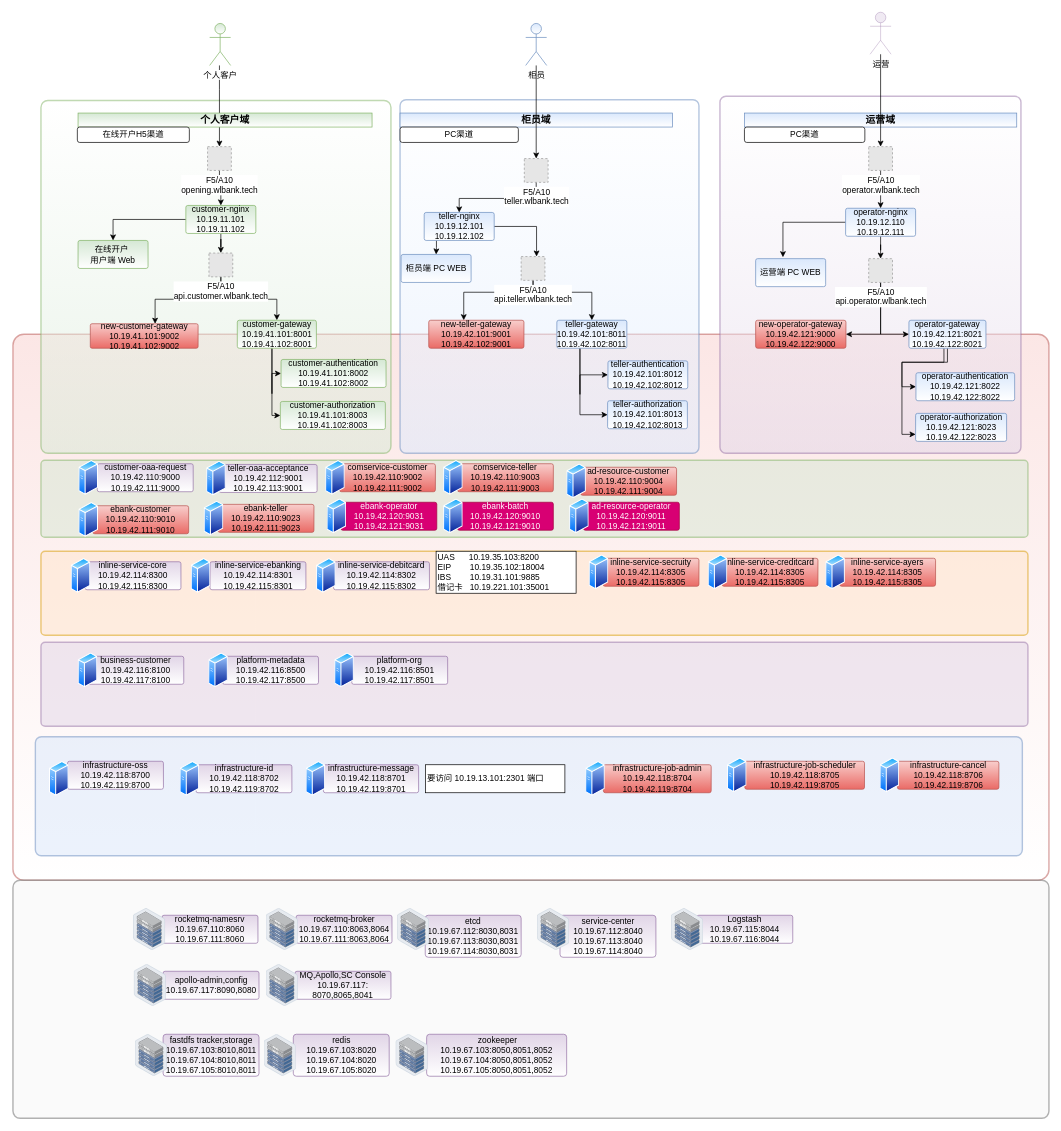
sam1982/draw keeps this draw.io diagram as 在线开户布署.drawio. Above is the earlier version. Source tidied: cells renumbered, new cells numbered last; positions are measured from the earlier drawing's top-left corner, leaving out a move shared by most shapes. Both pictures are drawn from the tidied source at 70%, with x=0, y=0 at pixel (13, 12). Pictures stored in the file or linked from it are replaced by grey dashed boxes.
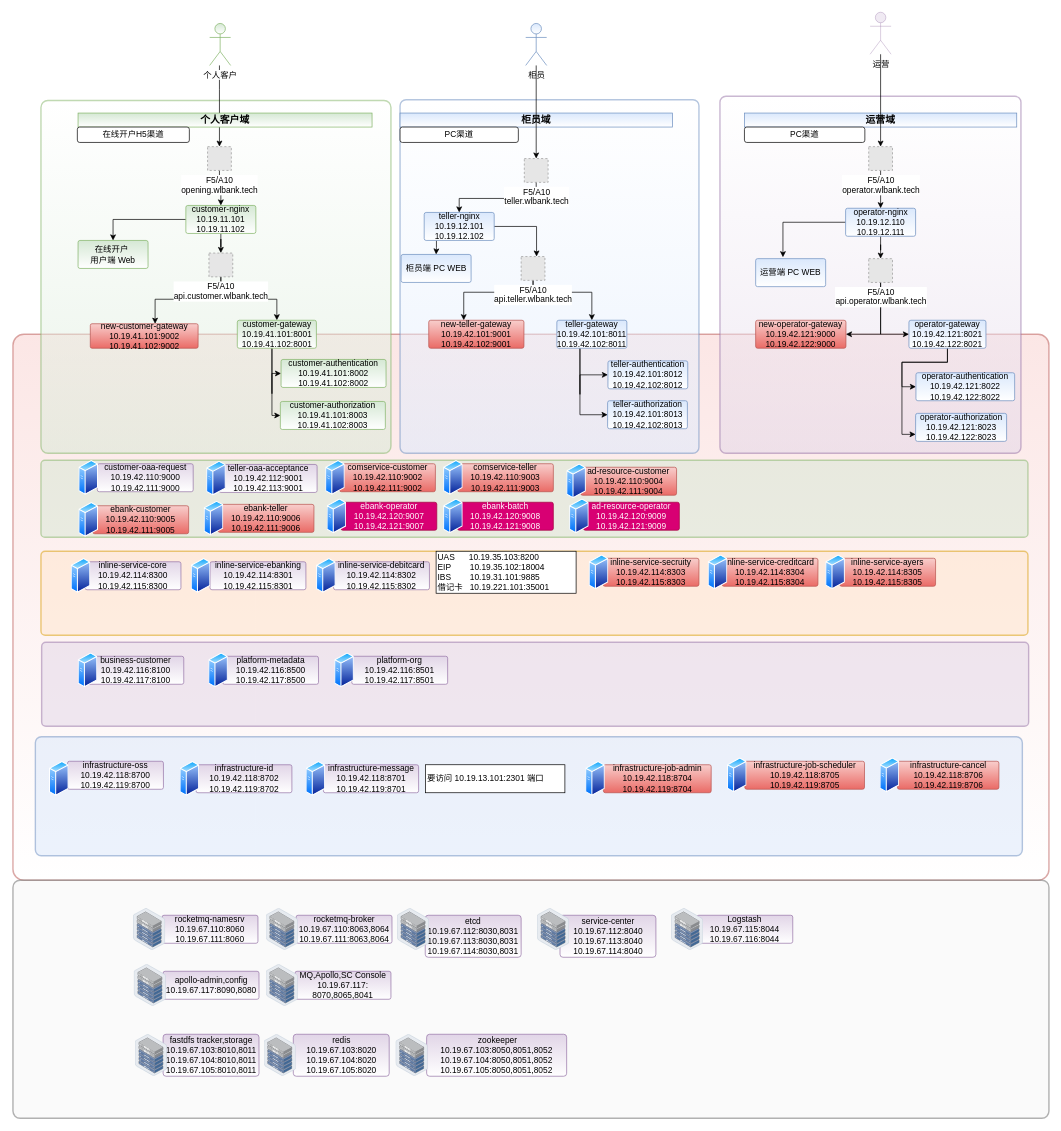
After the change.

Commit message:
更新在线开户布署.drawio

The change refers to these unchanged cells:
```xml
<mxCell id="55" value="&lt;span&gt;operator-gateway&lt;/span&gt;&lt;br&gt;&lt;span&gt;10.19.42.121:8021&lt;br&gt;&lt;/span&gt;10.19.42.122:8021&lt;br&gt;" style="rounded=1;whiteSpace=wrap;html=1;arcSize=7;fillColor=#dae8fc;strokeColor=#6c8ebf;gradientColor=#ffffff;" parent="1" vertex="1">
  <mxGeometry x="1280" y="440" width="110" height="40" as="geometry" />
</mxCell>
<mxCell id="57" value="operator-authorization&lt;br&gt;10.19.42.121:8023&lt;br&gt;10.19.42.122:8023" style="rounded=1;whiteSpace=wrap;html=1;arcSize=7;fillColor=#dae8fc;strokeColor=#6c8ebf;gradientColor=#ffffff;" parent="1" vertex="1">
  <mxGeometry x="1289.5" y="573" width="130" height="40" as="geometry" />
</mxCell>
```

Change to the diagram source:
```diff
@@
     <mxCell id="54" style="edgeStyle=orthogonalEdgeStyle;rounded=0;jettySize=auto;html=1;entryX=0;entryY=0.75;entryDx=0;entryDy=0;" parent="1" edge="1" source="55" target="57">
       <mxGeometry relative="1" as="geometry">
         <Array as="points">
-          <mxPoint x="1330" y="500" />
+          <mxPoint x="1335" y="500" />
           <mxPoint x="1270" y="500" />
           <mxPoint x="1270" y="603" />
         </Array>
       </mxGeometry>
     </mxCell>
@@
     <mxCell id="62" style="rounded=1;whiteSpace=wrap;html=1;arcSize=5;fillColor=#e1d5e7;strokeColor=#9673a6;opacity=50;strokeWidth=2;" parent="1" vertex="1">
-      <mxGeometry x="40" y="900" width="1410" height="120" as="geometry" />
+      <mxGeometry x="41" y="900" width="1410" height="120" as="geometry" />
     </mxCell>
@@
-    <mxCell id="116" value="&lt;span&gt;inline-service-secruity&lt;/span&gt;&lt;br&gt;&lt;span&gt;10.19.42.114&lt;/span&gt;&lt;span&gt;:8305&lt;br&gt;&lt;/span&gt;&lt;span&gt;10.19.42.115&lt;/span&gt;:8305" style="rounded=1;whiteSpace=wrap;html=1;arcSize=7;fillColor=#f8cecc;strokeColor=#b85450;gradientColor=#ea6b66;" parent="1" vertex="1">
+    <mxCell id="116" value="&lt;span&gt;inline-service-secruity&lt;/span&gt;&lt;br&gt;&lt;span&gt;10.19.42.114&lt;/span&gt;&lt;span&gt;:8303&lt;br&gt;&lt;/span&gt;&lt;span&gt;10.19.42.115&lt;/span&gt;:8303" style="rounded=1;whiteSpace=wrap;html=1;arcSize=7;fillColor=#f8cecc;strokeColor=#b85450;gradientColor=#ea6b66;" parent="1" vertex="1">
       <mxGeometry x="843" y="780" width="137" height="40" as="geometry" />
     </mxCell>
@@
-    <mxCell id="120" value="&lt;span&gt;&lt;/span&gt;ebank-customer&lt;br&gt;&lt;span&gt;10.19.42.110&lt;/span&gt;&lt;span&gt;:9010&lt;br&gt;&lt;/span&gt;&lt;span&gt;10.19.42.111&lt;/span&gt;:9010" style="rounded=1;whiteSpace=wrap;html=1;arcSize=7;fillColor=#f8cecc;strokeColor=#b85450;gradientColor=#ea6b66;" parent="1" vertex="1">
+    <mxCell id="120" value="&lt;span&gt;&lt;/span&gt;ebank-customer&lt;br&gt;&lt;span&gt;10.19.42.110&lt;/span&gt;&lt;span&gt;:9005&lt;br&gt;&lt;/span&gt;&lt;span&gt;10.19.42.111&lt;/span&gt;:9005" style="rounded=1;whiteSpace=wrap;html=1;arcSize=7;fillColor=#f8cecc;strokeColor=#b85450;gradientColor=#ea6b66;" parent="1" vertex="1">
       <mxGeometry x="114" y="705" width="137" height="40" as="geometry" />
     </mxCell>
@@
-    <mxCell id="122" value="&lt;span&gt;&lt;/span&gt;ebank-teller&lt;br&gt;&lt;span&gt;10.19.42.110&lt;/span&gt;&lt;span&gt;:9023&lt;br&gt;&lt;/span&gt;&lt;span&gt;10.19.42.111&lt;/span&gt;:9023" style="rounded=1;whiteSpace=wrap;html=1;arcSize=7;fillColor=#f8cecc;strokeColor=#b85450;gradientColor=#ea6b66;" parent="1" vertex="1">
+    <mxCell id="122" value="&lt;span&gt;&lt;/span&gt;ebank-teller&lt;br&gt;&lt;span&gt;10.19.42.110&lt;/span&gt;&lt;span&gt;:9006&lt;br&gt;&lt;/span&gt;&lt;span&gt;10.19.42.111&lt;/span&gt;:9006" style="rounded=1;whiteSpace=wrap;html=1;arcSize=7;fillColor=#f8cecc;strokeColor=#b85450;gradientColor=#ea6b66;" parent="1" vertex="1">
       <mxGeometry x="293" y="703" width="137" height="40" as="geometry" />
     </mxCell>
@@
-    <mxCell id="124" value="&lt;span&gt;&lt;/span&gt;ebank-operator&lt;br&gt;&lt;span&gt;10.19.42.120&lt;/span&gt;&lt;span&gt;:9031&lt;br&gt;&lt;/span&gt;&lt;span&gt;10.19.42.121&lt;/span&gt;:9031" style="rounded=1;whiteSpace=wrap;html=1;arcSize=7;fillColor=#d80073;strokeColor=#A50040;fontColor=#ffffff;" parent="1" vertex="1">
+    <mxCell id="124" value="&lt;span&gt;&lt;/span&gt;ebank-operator&lt;br&gt;&lt;span&gt;10.19.42.120&lt;/span&gt;&lt;span&gt;:9007&lt;br&gt;&lt;/span&gt;&lt;span&gt;10.19.42.121&lt;/span&gt;:9007" style="rounded=1;whiteSpace=wrap;html=1;arcSize=7;fillColor=#d80073;strokeColor=#A50040;fontColor=#ffffff;" parent="1" vertex="1">
       <mxGeometry x="468.5" y="700" width="137" height="40" as="geometry" />
     </mxCell>
@@
-    <mxCell id="126" value="&lt;span&gt;&lt;/span&gt;ebank-batch&lt;br&gt;&lt;span&gt;10.19.42.120&lt;/span&gt;&lt;span&gt;:9010&lt;br&gt;&lt;/span&gt;&lt;span&gt;10.19.42.121&lt;/span&gt;:9010" style="rounded=1;whiteSpace=wrap;html=1;arcSize=7;fillColor=#d80073;strokeColor=#A50040;fontColor=#ffffff;" parent="1" vertex="1">
+    <mxCell id="126" value="&lt;span&gt;&lt;/span&gt;ebank-batch&lt;br&gt;&lt;span&gt;10.19.42.120&lt;/span&gt;&lt;span&gt;:9008&lt;br&gt;&lt;/span&gt;&lt;span&gt;10.19.42.121&lt;/span&gt;:9008" style="rounded=1;whiteSpace=wrap;html=1;arcSize=7;fillColor=#d80073;strokeColor=#A50040;fontColor=#ffffff;" parent="1" vertex="1">
       <mxGeometry x="635" y="700" width="137" height="40" as="geometry" />
     </mxCell>
@@
-    <mxCell id="134" value="&lt;span&gt;&lt;/span&gt;ad-resource-operator&lt;br&gt;&lt;span&gt;10.19.42.120&lt;/span&gt;&lt;span&gt;:9011&lt;br&gt;&lt;/span&gt;&lt;span&gt;10.19.42.121&lt;/span&gt;:9011" style="rounded=1;whiteSpace=wrap;html=1;arcSize=7;fillColor=#d80073;strokeColor=#A50040;fontColor=#ffffff;" parent="1" vertex="1">
+    <mxCell id="134" value="&lt;span&gt;&lt;/span&gt;ad-resource-operator&lt;br&gt;&lt;span&gt;10.19.42.120&lt;/span&gt;&lt;span&gt;:9009&lt;br&gt;&lt;/span&gt;&lt;span&gt;10.19.42.121&lt;/span&gt;:9009" style="rounded=1;whiteSpace=wrap;html=1;arcSize=7;fillColor=#d80073;strokeColor=#A50040;fontColor=#ffffff;" parent="1" vertex="1">
       <mxGeometry x="815" y="700" width="137" height="40" as="geometry" />
     </mxCell>
@@
-    <mxCell id="136" value="&lt;span&gt;inline-service-creditcard&lt;/span&gt;&lt;br&gt;&lt;span&gt;10.19.42.114&lt;/span&gt;&lt;span&gt;:8305&lt;br&gt;&lt;/span&gt;&lt;span&gt;10.19.42.115&lt;/span&gt;:8305" style="rounded=1;whiteSpace=wrap;html=1;arcSize=7;fillColor=#f8cecc;strokeColor=#b85450;gradientColor=#ea6b66;" parent="1" vertex="1">
+    <mxCell id="136" value="&lt;span&gt;inline-service-creditcard&lt;/span&gt;&lt;br&gt;&lt;span&gt;10.19.42.114&lt;/span&gt;&lt;span&gt;:8304&lt;br&gt;&lt;/span&gt;&lt;span&gt;10.19.42.115&lt;/span&gt;:8304" style="rounded=1;whiteSpace=wrap;html=1;arcSize=7;fillColor=#f8cecc;strokeColor=#b85450;gradientColor=#ea6b66;" parent="1" vertex="1">
       <mxGeometry x="1013" y="780" width="137" height="40" as="geometry" />
     </mxCell>
```
